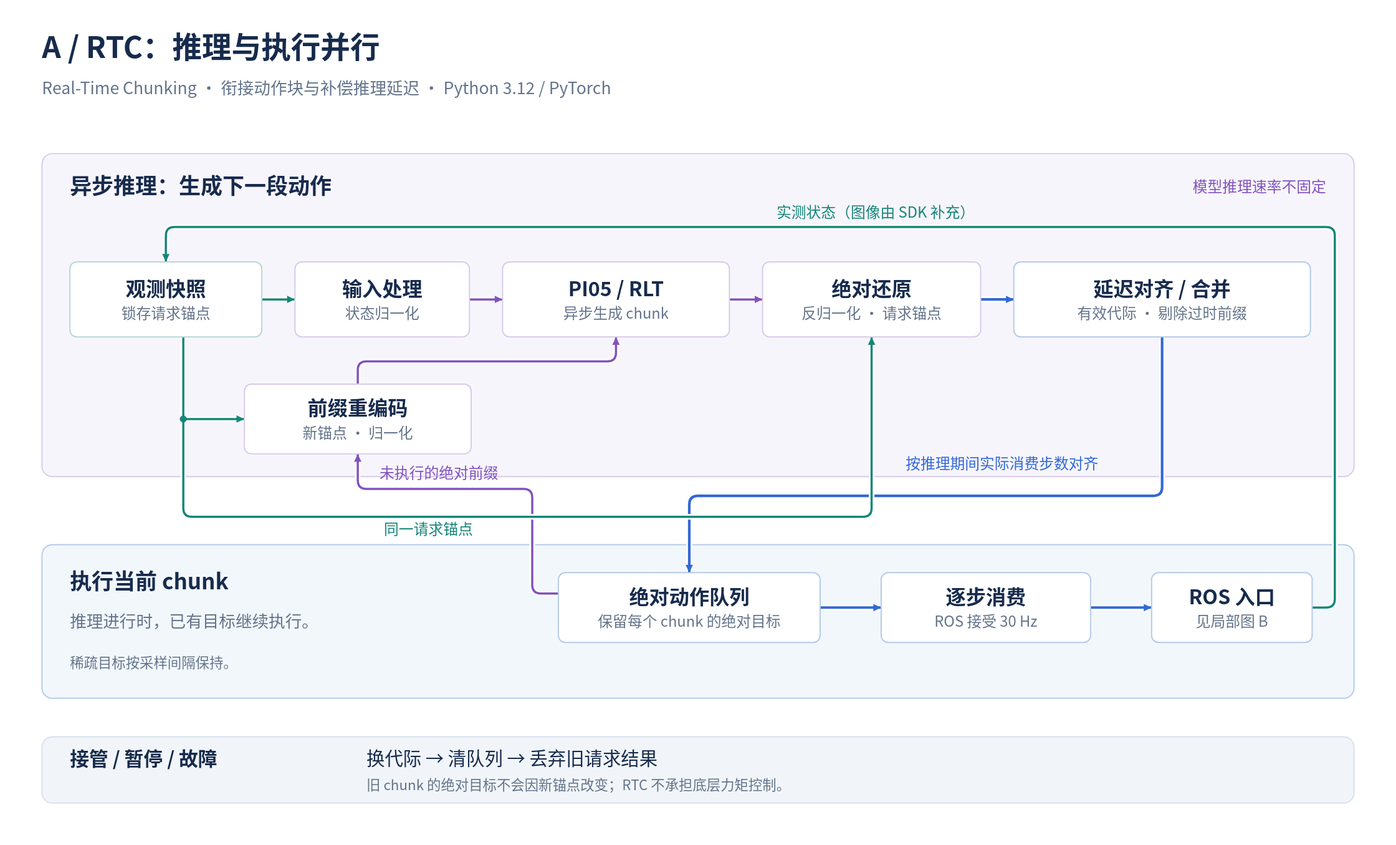
Before: docs/diagrams/rtc.svg, a diagram exported from draw.io (HunterSun2005/VLA-Workbench). Source tidied: cells renumbered, new cells last; positions are measured from the earlier drawing's top-left corner, leaving out a move shared by most shapes.
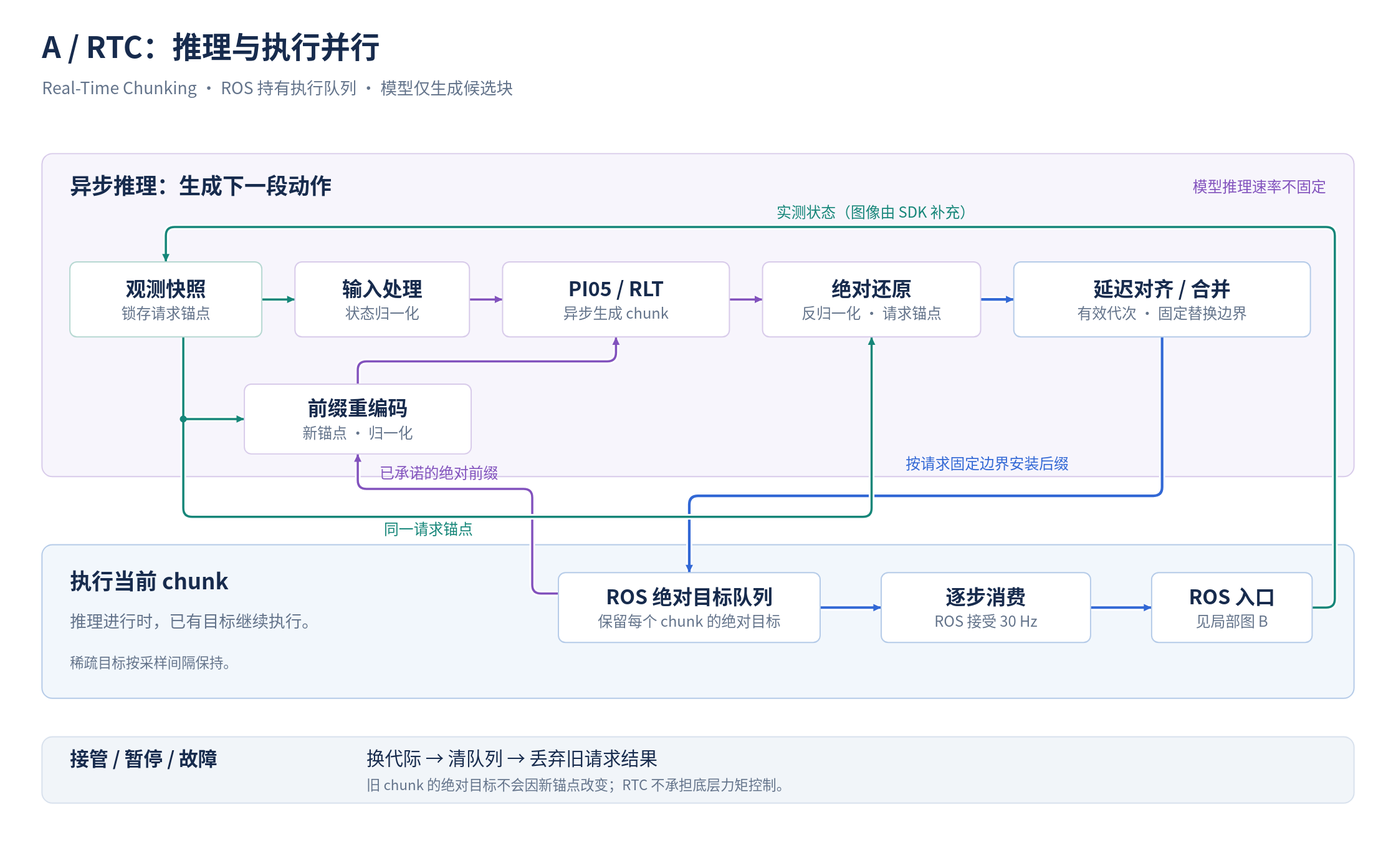
After the commit.

The edit, as a diff of the source:
```diff
@@ -88,13 +88,13 @@
     <mxCell id="20" value="&lt;b&gt;绝对还原&lt;/b&gt;&lt;br&gt;&lt;font style='font-size:17px;color:#64748B'&gt;反归一化 · 请求锚点&lt;/font&gt;" style="rounded=1;absoluteArcSize=1;arcSize=16;html=1;whiteSpace=wrap;fillColor=#FFFFFF;strokeColor=#D8CBEA;strokeWidth=1.4;fontColor=#172B4D;fontSize=23;align=center;verticalAlign=middle;spacing=4;fontFamily=Noto Sans CJK SC;" parent="1" vertex="1">
       <mxGeometry x="826" y="272" width="250" height="86" as="geometry" />
     </mxCell>
-    <mxCell id="21" value="&lt;b&gt;延迟对齐 / 合并&lt;/b&gt;&lt;br&gt;&lt;font style='font-size:17px;color:#64748B'&gt;有效代际 · 剔除过时前缀&lt;/font&gt;" style="rounded=1;absoluteArcSize=1;arcSize=16;html=1;whiteSpace=wrap;fillColor=#FFFFFF;strokeColor=#B5CBE8;strokeWidth=1.4;fontColor=#172B4D;fontSize=23;align=center;verticalAlign=middle;spacing=4;fontFamily=Noto Sans CJK SC;" parent="1" vertex="1">
+    <mxCell id="21" value="&lt;b&gt;延迟对齐 / 合并&lt;/b&gt;&lt;br&gt;&lt;font style='font-size:17px;color:#64748B'&gt;有效代次 · 固定替换边界&lt;/font&gt;" style="rounded=1;absoluteArcSize=1;arcSize=16;html=1;whiteSpace=wrap;fillColor=#FFFFFF;strokeColor=#B5CBE8;strokeWidth=1.4;fontColor=#172B4D;fontSize=23;align=center;verticalAlign=middle;spacing=4;fontFamily=Noto Sans CJK SC;" parent="1" vertex="1">
       <mxGeometry x="1114" y="272" width="340" height="86" as="geometry" />
     </mxCell>
     <mxCell id="22" value="&lt;b&gt;前缀重编码&lt;/b&gt;&lt;br&gt;&lt;font style='font-size:17px;color:#64748B'&gt;新锚点 · 归一化&lt;/font&gt;" style="rounded=1;absoluteArcSize=1;arcSize=16;html=1;whiteSpace=wrap;fillColor=#FFFFFF;strokeColor=#D8CBEA;strokeWidth=1.4;fontColor=#172B4D;fontSize=23;align=center;verticalAlign=middle;spacing=4;fontFamily=Noto Sans CJK SC;" parent="1" vertex="1">
       <mxGeometry x="232" y="412" width="260" height="80" as="geometry" />
     </mxCell>
-    <mxCell id="23" value="&lt;b&gt;绝对动作队列&lt;/b&gt;&lt;br&gt;&lt;font style='font-size:17px;color:#64748B'&gt;保留每个 chunk 的绝对目标&lt;/font&gt;" style="rounded=1;absoluteArcSize=1;arcSize=16;html=1;whiteSpace=wrap;fillColor=#FFFFFF;strokeColor=#B5CBE8;strokeWidth=1.4;fontColor=#172B4D;fontSize=23;align=center;verticalAlign=middle;spacing=4;fontFamily=Noto Sans CJK SC;" parent="1" vertex="1">
+    <mxCell id="23" value="&lt;b&gt;ROS 绝对目标队列&lt;/b&gt;&lt;br&gt;&lt;font style='font-size:17px;color:#64748B'&gt;保留每个 chunk 的绝对目标&lt;/font&gt;" style="rounded=1;absoluteArcSize=1;arcSize=16;html=1;whiteSpace=wrap;fillColor=#FFFFFF;strokeColor=#B5CBE8;strokeWidth=1.4;fontColor=#172B4D;fontSize=23;align=center;verticalAlign=middle;spacing=4;fontFamily=Noto Sans CJK SC;" parent="1" vertex="1">
       <mxGeometry x="592" y="628" width="300" height="80" as="geometry" />
     </mxCell>
     <mxCell id="24" value="&lt;b&gt;逐步消费&lt;/b&gt;&lt;br&gt;&lt;font style='font-size:17px;color:#64748B'&gt;ROS 接受 30 Hz&lt;/font&gt;" style="rounded=1;absoluteArcSize=1;arcSize=16;html=1;whiteSpace=wrap;fillColor=#FFFFFF;strokeColor=#B5CBE8;strokeWidth=1.4;fontColor=#172B4D;fontSize=23;align=center;verticalAlign=middle;spacing=4;fontFamily=Noto Sans CJK SC;" parent="1" vertex="1">
@@ -109,7 +109,7 @@
     <mxCell id="27" value="A / RTC：推理与执行并行" style="text;html=1;strokeColor=none;fillColor=none;align=left;verticalAlign=middle;whiteSpace=wrap;fontSize=34;fontColor=#172B4D;fontStyle=1;spacing=0;fontFamily=Noto Sans CJK SC;" parent="1" vertex="1">
       <mxGeometry width="1100" height="52" as="geometry" />
     </mxCell>
-    <mxCell id="28" value="Real-Time Chunking · 衔接动作块与补偿推理延迟 · Python 3.12 / PyTorch" style="text;html=1;strokeColor=none;fillColor=none;align=left;verticalAlign=middle;whiteSpace=wrap;fontSize=19;fontColor=#64748B;fontStyle=0;spacing=0;fontFamily=Noto Sans CJK SC;" parent="1" vertex="1">
+    <mxCell id="28" value="Real-Time Chunking · ROS 持有执行队列 · 模型仅生成候选块" style="text;html=1;strokeColor=none;fillColor=none;align=left;verticalAlign=middle;whiteSpace=wrap;fontSize=19;fontColor=#64748B;fontStyle=0;spacing=0;fontFamily=Noto Sans CJK SC;" parent="1" vertex="1">
       <mxGeometry y="56" width="1150" height="34" as="geometry" />
     </mxCell>
     <mxCell id="29" value="异步推理：生成下一段动作" style="text;html=1;strokeColor=none;fillColor=none;align=left;verticalAlign=middle;whiteSpace=wrap;fontSize=25;fontColor=#172B4D;fontStyle=1;spacing=0;fontFamily=Noto Sans CJK SC;" parent="1" vertex="1">
@@ -127,10 +127,10 @@
     <mxCell id="33" value="稀疏目标按采样间隔保持。" style="text;html=1;strokeColor=none;fillColor=none;align=left;verticalAlign=middle;whiteSpace=wrap;fontSize=16;fontColor=#64748B;fontStyle=0;spacing=0;fontFamily=Noto Sans CJK SC;" parent="1" vertex="1">
       <mxGeometry x="32" y="718" width="490" height="26" as="geometry" />
     </mxCell>
-    <mxCell id="34" value="按推理期间实际消费步数对齐" style="text;html=1;strokeColor=none;fillColor=none;align=left;verticalAlign=middle;whiteSpace=wrap;fontSize=17;fontColor=#3268D5;fontStyle=0;spacing=0;fontFamily=Noto Sans CJK SC;" parent="1" vertex="1">
+    <mxCell id="34" value="按请求固定边界安装后缀" style="text;html=1;strokeColor=none;fillColor=none;align=left;verticalAlign=middle;whiteSpace=wrap;fontSize=17;fontColor=#3268D5;fontStyle=0;spacing=0;fontFamily=Noto Sans CJK SC;" parent="1" vertex="1">
       <mxGeometry x="990" y="488" width="290" height="30" as="geometry" />
     </mxCell>
-    <mxCell id="35" value="未执行的绝对前缀" style="text;html=1;strokeColor=none;fillColor=none;align=left;verticalAlign=middle;whiteSpace=wrap;fontSize=17;fontColor=#8252BD;fontStyle=0;spacing=0;fontFamily=Noto Sans CJK SC;" parent="1" vertex="1">
+    <mxCell id="35" value="已承诺的绝对前缀" style="text;html=1;strokeColor=none;fillColor=none;align=left;verticalAlign=middle;whiteSpace=wrap;fontSize=17;fontColor=#8252BD;fontStyle=0;spacing=0;fontFamily=Noto Sans CJK SC;" parent="1" vertex="1">
       <mxGeometry x="387" y="501" width="300" height="26" as="geometry" />
     </mxCell>
     <mxCell id="36" value="同一请求锚点" style="text;html=1;strokeColor=none;fillColor=none;align=left;verticalAlign=middle;whiteSpace=wrap;fontSize=17;fontColor=#168679;fontStyle=0;spacing=0;fontFamily=Noto Sans CJK SC;" parent="1" vertex="1">
```
